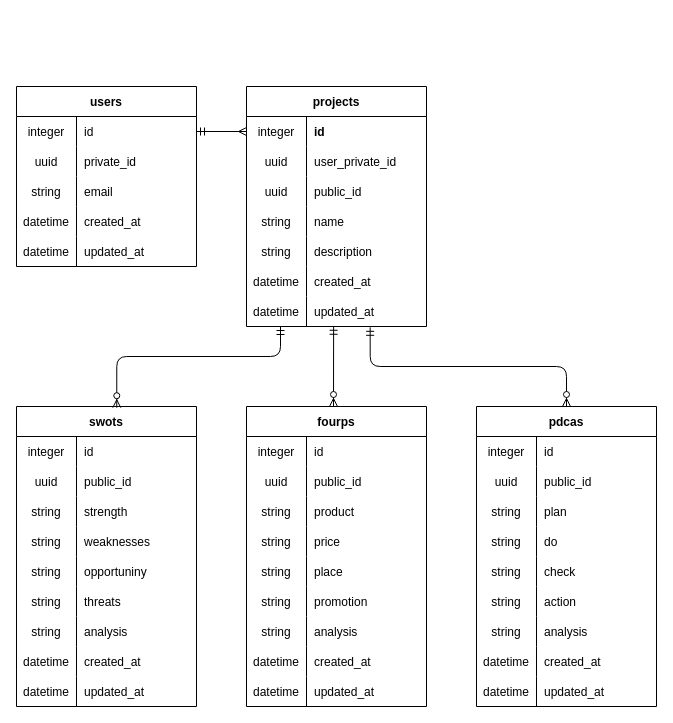
es-ki/Frameworkers keeps this draw.io diagram as er.dio. Above is the earlier version. Source tidied: cells renumbered, new cells numbered last; positions are measured from the earlier drawing's top-left corner, leaving out a move shared by most shapes. Both pictures are drawn from the tidied source at 100%, with x=0, y=0 at pixel (16, 86).
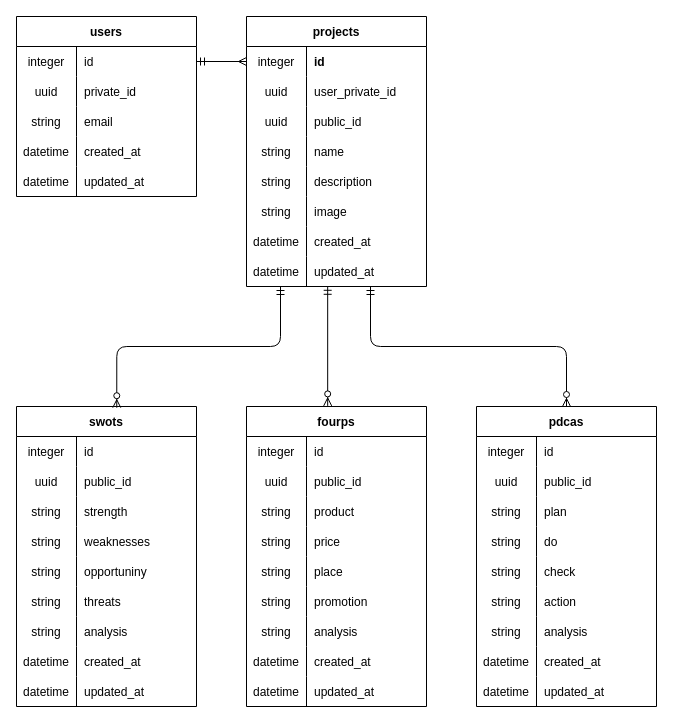
The same diagram, later.

Unchanged cells that the change refers to:
```xml
<mxCell id="41" value="swots" style="shape=table;startSize=30;childLayout=tableLayout;rowLines=0;fontStyle=1;align=center;" parent="1" vertex="1">
  <mxGeometry y="320" width="180" height="300" as="geometry" />
</mxCell>
<mxCell id="69" value="fourps" style="shape=table;startSize=30;childLayout=tableLayout;rowLines=0;fontStyle=1;align=center;" parent="1" vertex="1">
  <mxGeometry x="230" y="320" width="180" height="300" as="geometry" />
</mxCell>
<mxCell id="97" value="pdcas" style="shape=table;startSize=30;childLayout=tableLayout;rowLines=0;fontStyle=1;align=center;" parent="1" vertex="1">
  <mxGeometry x="460" y="320" width="180" height="300" as="geometry" />
</mxCell>
```

The edit, as a diff of the source:
```diff
@@
     <mxCell id="2" value="users" style="shape=table;startSize=30;childLayout=tableLayout;rowLines=0;fontStyle=1;align=center;" parent="1" vertex="1">
-      <mxGeometry width="180" height="180" as="geometry" />
+      <mxGeometry y="-70" width="180" height="180" as="geometry" />
     </mxCell>
@@
     <mxCell id="18" value="projects" style="shape=table;startSize=30;childLayout=tableLayout;rowLines=0;fontStyle=1;align=center;" parent="1" vertex="1">
-      <mxGeometry x="230" width="180" height="240" as="geometry" />
+      <mxGeometry x="230" y="-70" width="180" height="270" as="geometry" />
     </mxCell>
@@
+    <mxCell id="128" style="shape=tableRow;horizontal=0;startSize=0;swimlaneHead=0;swimlaneBody=0;fillColor=none;top=0;left=0;right=0;bottom=0;" parent="18" vertex="1">
+      <mxGeometry y="180" width="180" height="30" as="geometry" />
+    </mxCell>
+    <mxCell id="129" value="string" style="shape=partialRectangle;fillColor=none;top=0;left=0;bottom=0;right=0;overflow=hidden;" parent="128" vertex="1">
+      <mxGeometry width="60" height="30" as="geometry" />
+    </mxCell>
+    <mxCell id="130" value="image" style="shape=partialRectangle;fillColor=none;top=0;left=0;bottom=0;right=0;align=left;spacingLeft=6;overflow=hidden;" parent="128" vertex="1">
+      <mxGeometry x="60" width="120" height="30" as="geometry" />
+    </mxCell>
-    <mxCell id="34" style="shape=tableRow;horizontal=0;startSize=0;swimlaneHead=0;swimlaneBody=0;fillColor=none;top=0;left=0;right=0;bottom=0;" parent="18" vertex="1">
-      <mxGeometry y="180" width="180" height="30" as="geometry" />
+    <mxCell id="34" style="shape=tableRow;horizontal=0;startSize=0;swimlaneHead=0;swimlaneBody=0;fillColor=none;top=0;left=0;right=0;bottom=0;fontStyle=1;" parent="18" vertex="1">
+      <mxGeometry y="210" width="180" height="30" as="geometry" />
     </mxCell>
@@
     <mxCell id="37" style="shape=tableRow;horizontal=0;startSize=0;swimlaneHead=0;swimlaneBody=0;fillColor=none;points=[[0,0.5],[1,0.5]];portConstraint=eastwest;top=0;left=0;right=0;bottom=0;" parent="18" vertex="1">
-      <mxGeometry y="210" width="180" height="30" as="geometry" />
+      <mxGeometry y="240" width="180" height="30" as="geometry" />
     </mxCell>
@@
     <mxCell id="125" style="edgeStyle=orthogonalEdgeStyle;fontSize=12;html=1;endArrow=ERzeroToMany;startArrow=ERmandOne;entryX=0.557;entryY=0.004;entryDx=0;entryDy=0;entryPerimeter=0;" parent="1" edge="1" source="37" target="41">
       <mxGeometry relative="1" as="geometry">
         <Array as="points">
-          <mxPoint x="264" y="270" />
-          <mxPoint x="100" y="270" />
+          <mxPoint x="264" y="260" />
+          <mxPoint x="100" y="260" />
         </Array>
       </mxGeometry>
     </mxCell>
-    <mxCell id="126" style="fontSize=12;html=1;endArrow=ERzeroToMany;startArrow=ERmandOne;exitX=0.484;exitY=0.992;exitDx=0;exitDy=0;exitPerimeter=0;" parent="1" edge="1" source="37">
-      <mxGeometry relative="1" as="geometry">
-        <mxPoint x="317" y="320" as="targetPoint" />
-      </mxGeometry>
+    <mxCell id="126" style="fontSize=12;html=1;endArrow=ERzeroToMany;startArrow=ERmandOne;exitX=0.451;exitY=0.993;exitDx=0;exitDy=0;exitPerimeter=0;entryX=0.451;entryY=-0.002;entryDx=0;entryDy=0;entryPerimeter=0;" parent="1" edge="1" source="37" target="69">
+      <mxGeometry relative="1" as="geometry" />
     </mxCell>
-    <mxCell id="127" style="edgeStyle=orthogonalEdgeStyle;fontSize=12;html=1;endArrow=ERzeroToMany;startArrow=ERmandOne;exitX=0.687;exitY=1.027;exitDx=0;exitDy=0;exitPerimeter=0;entryX=0.5;entryY=0;entryDx=0;entryDy=0;" parent="1" edge="1" source="37" target="97">
-      <mxGeometry relative="1" as="geometry" />
+    <mxCell id="127" style="edgeStyle=orthogonalEdgeStyle;fontSize=12;html=1;endArrow=ERzeroToMany;startArrow=ERmandOne;entryX=0.5;entryY=0;entryDx=0;entryDy=0;" parent="1" edge="1" target="97">
+      <mxGeometry relative="1" as="geometry">
+        <mxPoint x="354" y="200" as="sourcePoint" />
+        <Array as="points">
+          <mxPoint x="354" y="260" />
+          <mxPoint x="550" y="260" />
+        </Array>
+      </mxGeometry>
     </mxCell>
```
